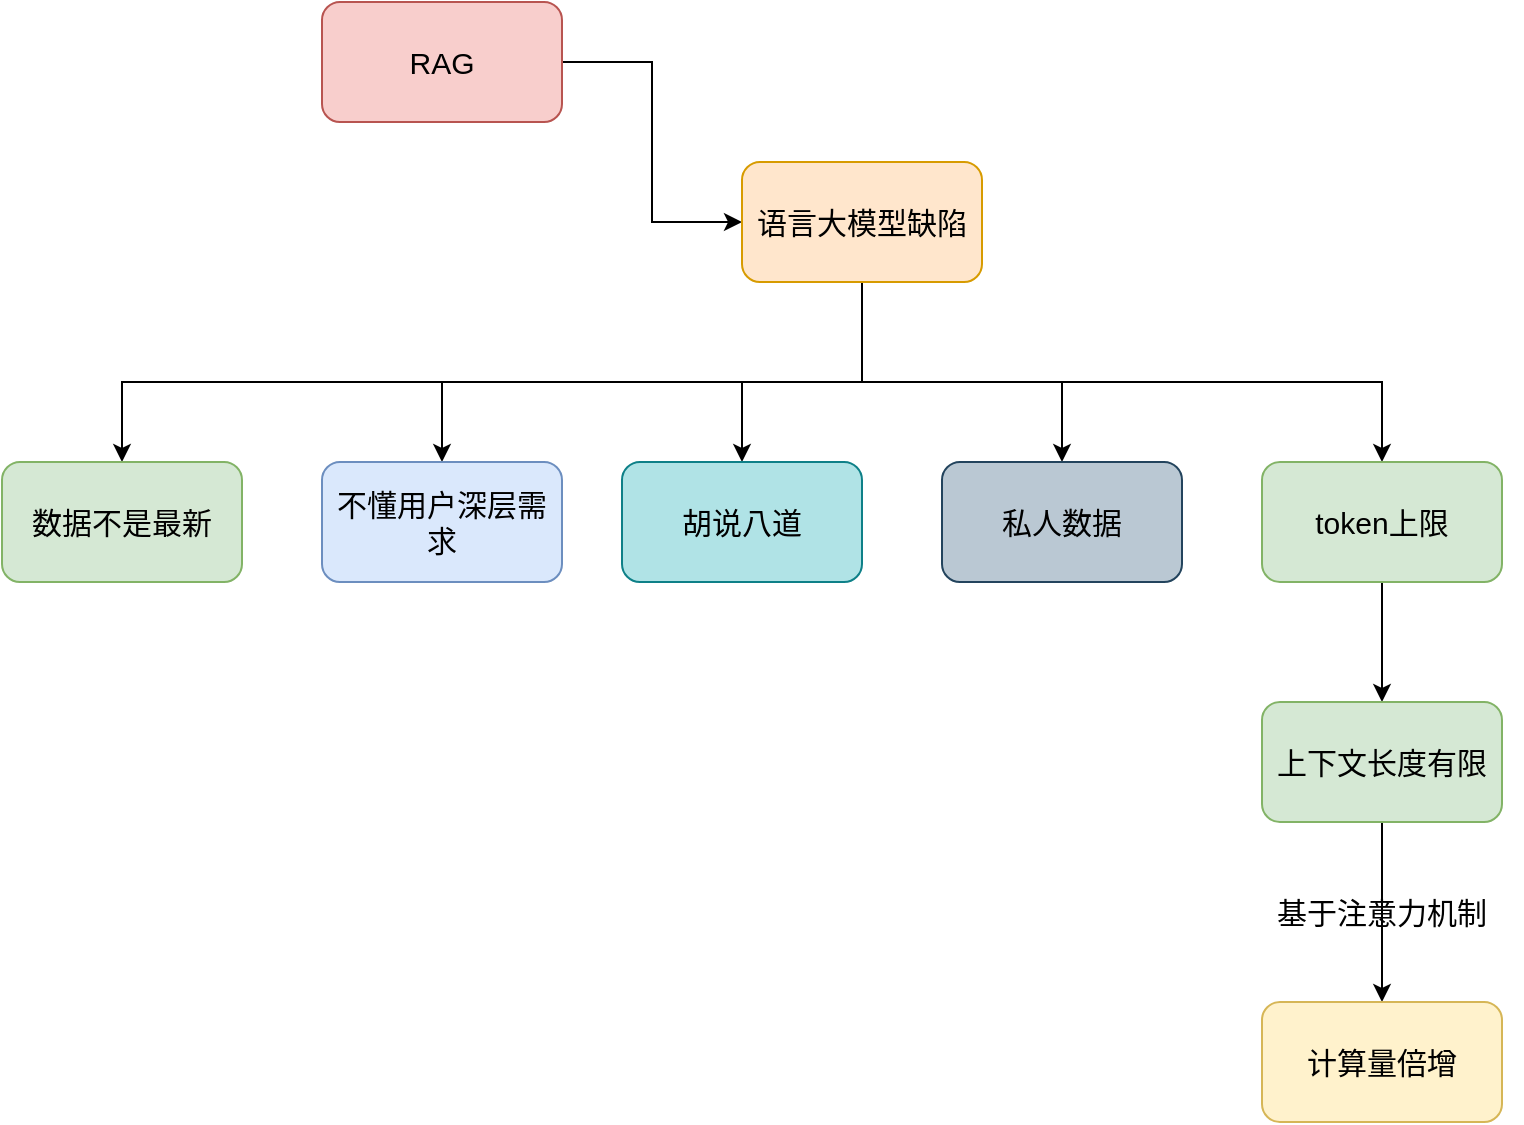
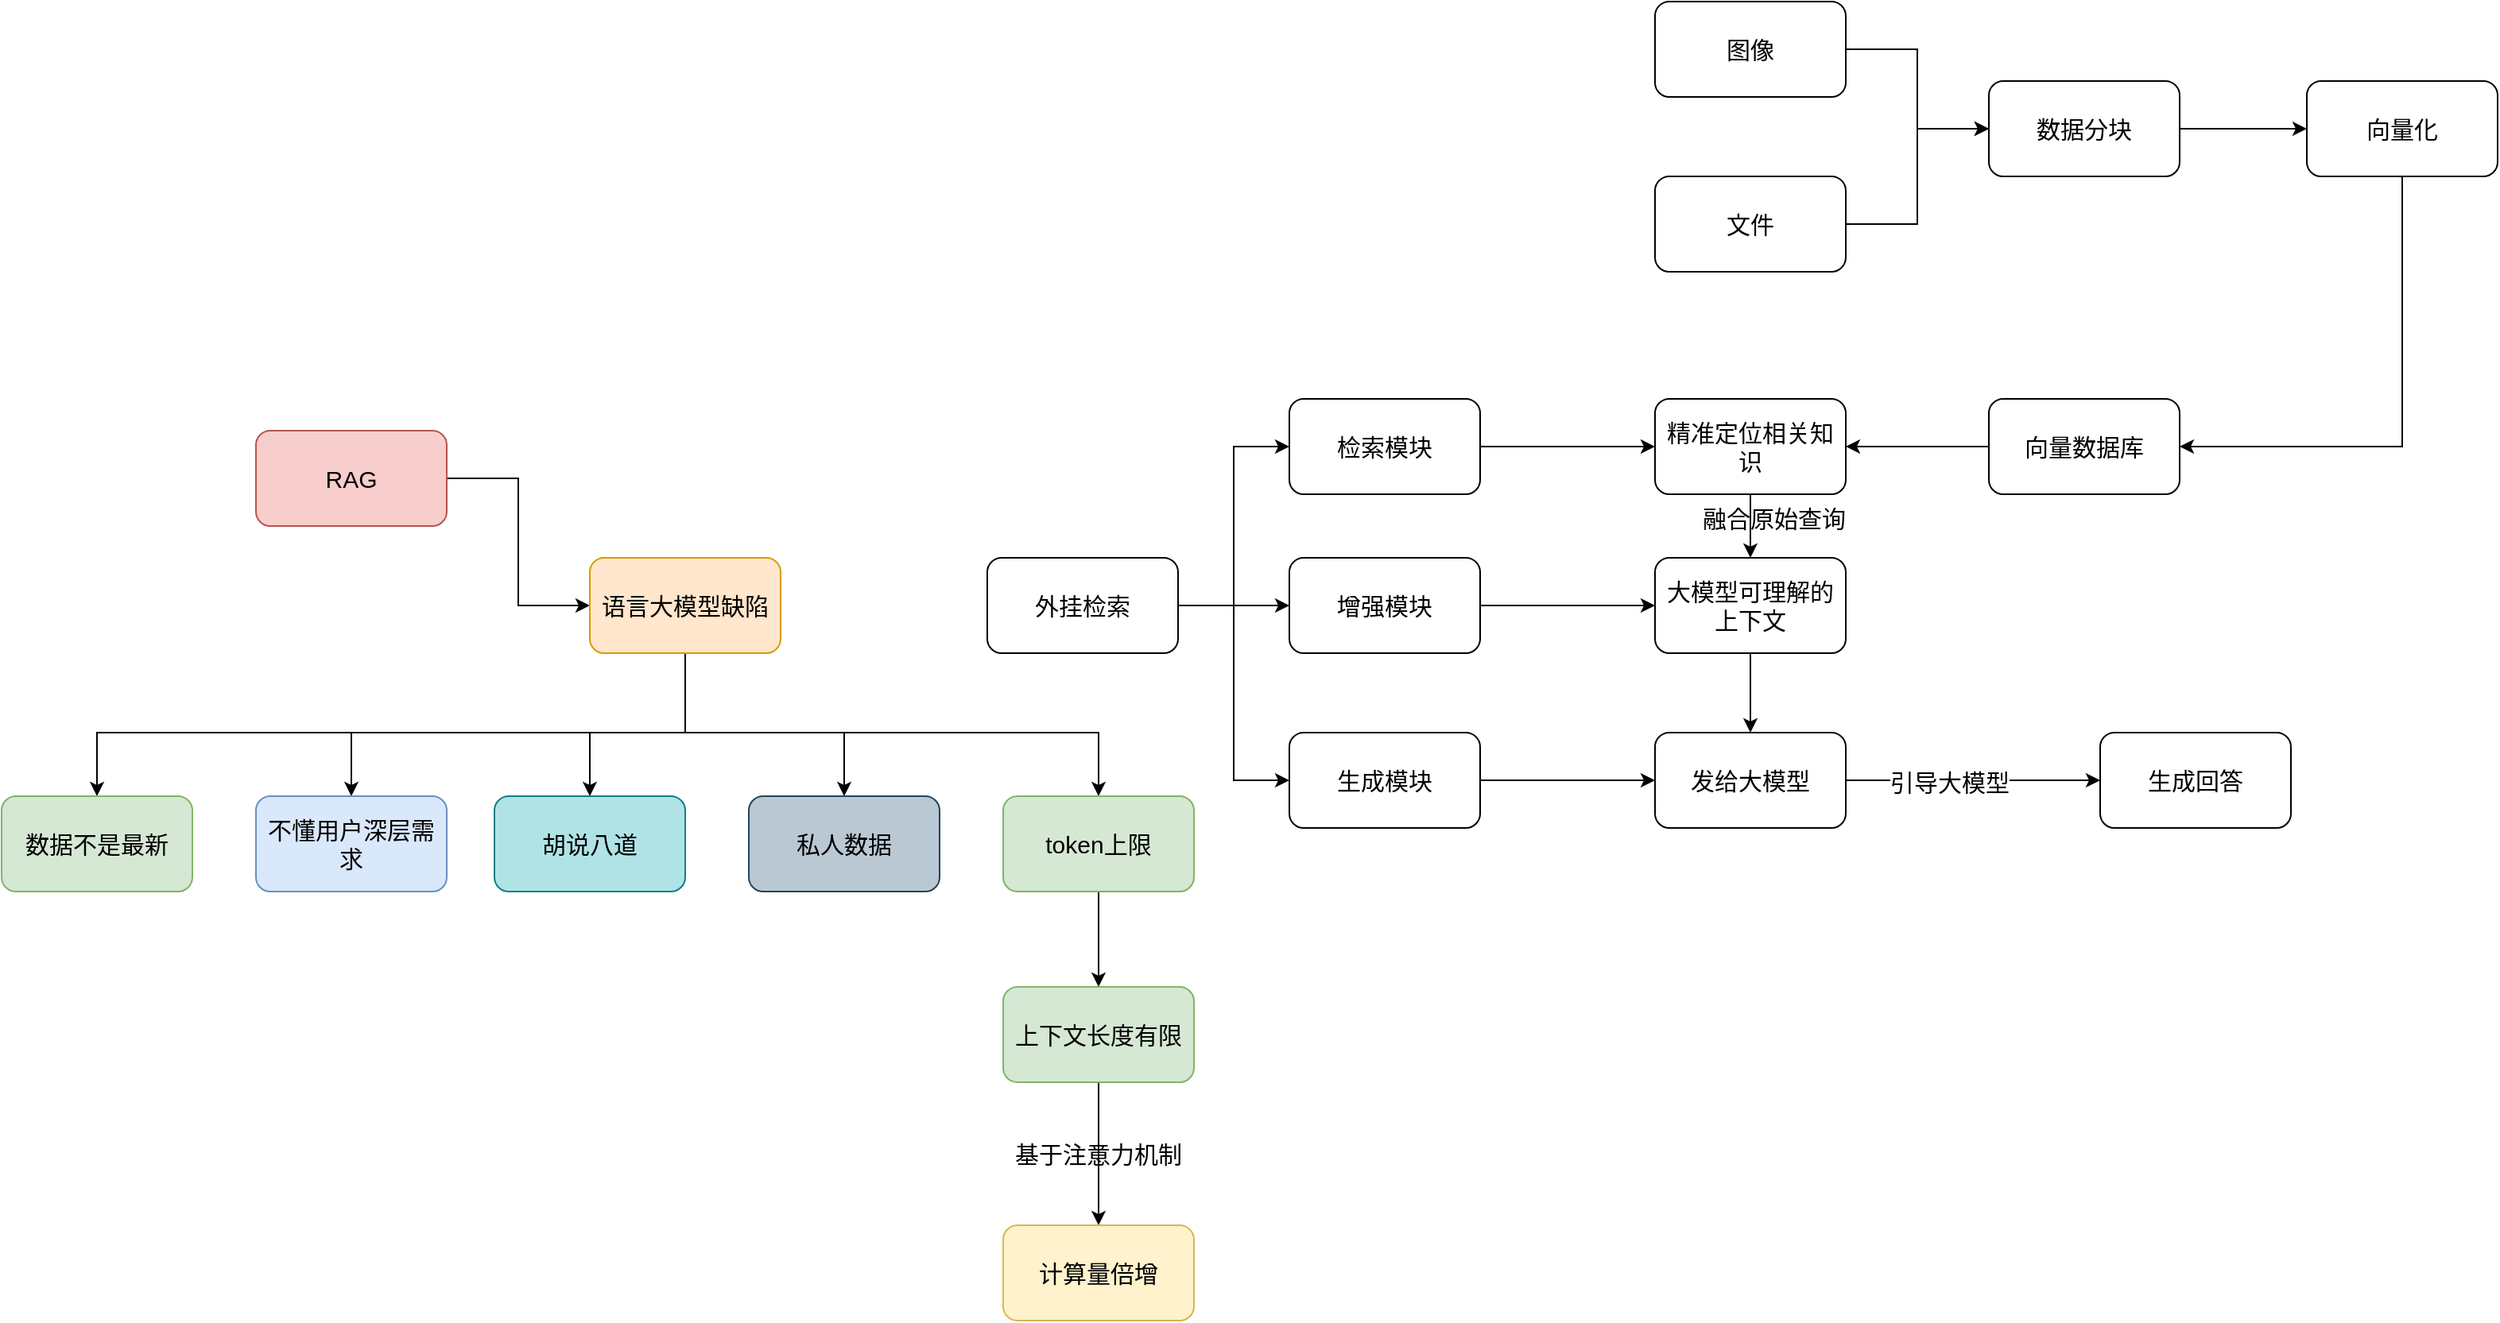
<mxfile host="app.diagrams.net">
  <diagram name="第 1 页" id="C1UXl3RI-0u5TosqB3D1">
-     <mxGraphModel dx="1030" dy="569" grid="1" gridSize="10" guides="1" tooltips="1" connect="1" arrows="1" fold="1" page="1" pageScale="1" pageWidth="827" pageHeight="1169" math="0" shadow="0">
+     <mxGraphModel dx="1030" dy="1738" grid="1" gridSize="10" guides="1" tooltips="1" connect="1" arrows="1" fold="1" page="1" pageScale="1" pageWidth="827" pageHeight="1169" math="0" shadow="0">
      <root>
        <mxCell id="0" />
        <mxCell id="1" parent="0" />
        <mxCell id="IXoJGQ1K-5Z_JoZ640mi-1" edge="1" parent="1" source="UQ7rByI2wm6I-29Dq2hl-1" style="edgeStyle=orthogonalEdgeStyle;rounded=0;orthogonalLoop=1;jettySize=auto;html=1;entryX=0;entryY=0.5;entryDx=0;entryDy=0;fontSize=15;" target="UQ7rByI2wm6I-29Dq2hl-2">
          <mxGeometry relative="1" as="geometry" />
        </mxCell>
        <mxCell id="UQ7rByI2wm6I-29Dq2hl-1" parent="1" style="rounded=1;whiteSpace=wrap;html=1;fillColor=#f8cecc;strokeColor=#b85450;fontSize=15;" value="RAG" vertex="1">
          <mxGeometry height="60" width="120" x="160" y="80" as="geometry" />
        </mxCell>
        <mxCell id="IXoJGQ1K-5Z_JoZ640mi-2" edge="1" parent="1" style="edgeStyle=orthogonalEdgeStyle;rounded=0;orthogonalLoop=1;jettySize=auto;html=1;entryX=0.5;entryY=0;entryDx=0;entryDy=0;fontSize=15;" target="UQ7rByI2wm6I-29Dq2hl-3">
          <mxGeometry relative="1" as="geometry">
            <Array as="points">
              <mxPoint x="430" y="270" />
              <mxPoint x="60" y="270" />
            </Array>
            <mxPoint x="430" y="230" as="sourcePoint" />
            <mxPoint x="60" y="290" as="targetPoint" />
          </mxGeometry>
        </mxCell>
        <mxCell id="IXoJGQ1K-5Z_JoZ640mi-3" edge="1" parent="1" source="UQ7rByI2wm6I-29Dq2hl-2" style="edgeStyle=orthogonalEdgeStyle;rounded=0;orthogonalLoop=1;jettySize=auto;html=1;fontSize=15;" target="UQ7rByI2wm6I-29Dq2hl-4">
          <mxGeometry relative="1" as="geometry">
            <Array as="points">
              <mxPoint x="430" y="270" />
              <mxPoint x="220" y="270" />
            </Array>
          </mxGeometry>
        </mxCell>
        <mxCell id="IXoJGQ1K-5Z_JoZ640mi-4" edge="1" parent="1" source="UQ7rByI2wm6I-29Dq2hl-2" style="edgeStyle=orthogonalEdgeStyle;rounded=0;orthogonalLoop=1;jettySize=auto;html=1;entryX=0.5;entryY=0;entryDx=0;entryDy=0;fontSize=15;" target="UQ7rByI2wm6I-29Dq2hl-5">
          <mxGeometry relative="1" as="geometry">
            <Array as="points">
              <mxPoint x="430" y="270" />
              <mxPoint x="370" y="270" />
            </Array>
          </mxGeometry>
        </mxCell>
        <mxCell id="IXoJGQ1K-5Z_JoZ640mi-5" edge="1" parent="1" source="UQ7rByI2wm6I-29Dq2hl-2" style="edgeStyle=orthogonalEdgeStyle;rounded=0;orthogonalLoop=1;jettySize=auto;html=1;entryX=0.5;entryY=0;entryDx=0;entryDy=0;fontSize=15;" target="UQ7rByI2wm6I-29Dq2hl-6">
          <mxGeometry relative="1" as="geometry">
            <Array as="points">
              <mxPoint x="430" y="270" />
              <mxPoint x="530" y="270" />
            </Array>
          </mxGeometry>
        </mxCell>
        <mxCell id="IXoJGQ1K-5Z_JoZ640mi-6" edge="1" parent="1" source="UQ7rByI2wm6I-29Dq2hl-2" style="edgeStyle=orthogonalEdgeStyle;rounded=0;orthogonalLoop=1;jettySize=auto;html=1;entryX=0.5;entryY=0;entryDx=0;entryDy=0;fontSize=15;" target="UQ7rByI2wm6I-29Dq2hl-7">
          <mxGeometry relative="1" as="geometry">
            <Array as="points">
              <mxPoint x="430" y="270" />
              <mxPoint x="690" y="270" />
            </Array>
          </mxGeometry>
        </mxCell>
        <mxCell id="UQ7rByI2wm6I-29Dq2hl-2" parent="1" style="rounded=1;whiteSpace=wrap;html=1;fillColor=#ffe6cc;strokeColor=#d79b00;fontSize=15;" value="语言大模型缺陷" vertex="1">
          <mxGeometry height="60" width="120" x="370" y="160" as="geometry" />
        </mxCell>
        <mxCell id="UQ7rByI2wm6I-29Dq2hl-3" parent="1" style="rounded=1;whiteSpace=wrap;html=1;fillColor=#d5e8d4;strokeColor=#82b366;fontSize=15;" value="数据不是最新" vertex="1">
          <mxGeometry height="60" width="120" y="310" as="geometry" />
        </mxCell>
        <mxCell id="UQ7rByI2wm6I-29Dq2hl-4" parent="1" style="rounded=1;whiteSpace=wrap;html=1;fillColor=#dae8fc;strokeColor=#6c8ebf;fontSize=15;" value="不懂用户深层需求" vertex="1">
          <mxGeometry height="60" width="120" x="160" y="310" as="geometry" />
        </mxCell>
        <mxCell id="UQ7rByI2wm6I-29Dq2hl-5" parent="1" style="rounded=1;whiteSpace=wrap;html=1;fillColor=#b0e3e6;strokeColor=#0e8088;fontSize=15;" value="胡说八道" vertex="1">
          <mxGeometry height="60" width="120" x="310" y="310" as="geometry" />
        </mxCell>
        <mxCell id="UQ7rByI2wm6I-29Dq2hl-6" parent="1" style="rounded=1;whiteSpace=wrap;html=1;fillColor=#bac8d3;strokeColor=#23445d;fontSize=15;" value="私人数据" vertex="1">
          <mxGeometry height="60" width="120" x="470" y="310" as="geometry" />
        </mxCell>
        <mxCell id="IXoJGQ1K-5Z_JoZ640mi-7" edge="1" parent="1" source="UQ7rByI2wm6I-29Dq2hl-7" style="edgeStyle=orthogonalEdgeStyle;rounded=0;orthogonalLoop=1;jettySize=auto;html=1;entryX=0.5;entryY=0;entryDx=0;entryDy=0;fontSize=15;" target="UQ7rByI2wm6I-29Dq2hl-8">
          <mxGeometry relative="1" as="geometry" />
        </mxCell>
        <mxCell id="UQ7rByI2wm6I-29Dq2hl-7" parent="1" style="rounded=1;whiteSpace=wrap;html=1;fillColor=#d5e8d4;strokeColor=#82b366;fontSize=15;" value="token上限" vertex="1">
          <mxGeometry height="60" width="120" x="630" y="310" as="geometry" />
        </mxCell>
        <mxCell id="IXoJGQ1K-5Z_JoZ640mi-8" edge="1" parent="1" source="UQ7rByI2wm6I-29Dq2hl-8" style="edgeStyle=orthogonalEdgeStyle;rounded=0;orthogonalLoop=1;jettySize=auto;html=1;entryX=0.5;entryY=0;entryDx=0;entryDy=0;fontSize=15;" target="UQ7rByI2wm6I-29Dq2hl-9">
          <mxGeometry relative="1" as="geometry" />
        </mxCell>
        <mxCell id="UQ7rByI2wm6I-29Dq2hl-8" parent="1" style="rounded=1;whiteSpace=wrap;html=1;fillColor=#d5e8d4;strokeColor=#82b366;fontSize=15;" value="上下文长度有限" vertex="1">
          <mxGeometry height="60" width="120" x="630" y="430" as="geometry" />
        </mxCell>
        <mxCell id="UQ7rByI2wm6I-29Dq2hl-9" parent="1" style="rounded=1;whiteSpace=wrap;html=1;fillColor=#fff2cc;strokeColor=#d6b656;fontSize=15;" value="计算量倍增" vertex="1">
          <mxGeometry height="60" width="120" x="630" y="580" as="geometry" />
        </mxCell>
        <mxCell id="IXoJGQ1K-5Z_JoZ640mi-9" parent="1" style="text;html=1;whiteSpace=wrap;strokeColor=none;fillColor=none;align=center;verticalAlign=middle;rounded=0;fontSize=15;" value="基于注意力机制" vertex="1">
          <mxGeometry height="30" width="140" x="620" y="520" as="geometry" />
        </mxCell>
+         <mxCell id="IXoJGQ1K-5Z_JoZ640mi-30" edge="1" parent="1" source="IXoJGQ1K-5Z_JoZ640mi-10" style="edgeStyle=orthogonalEdgeStyle;rounded=0;orthogonalLoop=1;jettySize=auto;html=1;entryX=0;entryY=0.5;entryDx=0;entryDy=0;fontSize=15;" target="IXoJGQ1K-5Z_JoZ640mi-11">
+           <mxGeometry relative="1" as="geometry" />
+         </mxCell>
+         <mxCell id="IXoJGQ1K-5Z_JoZ640mi-31" edge="1" parent="1" source="IXoJGQ1K-5Z_JoZ640mi-10" style="edgeStyle=orthogonalEdgeStyle;rounded=0;orthogonalLoop=1;jettySize=auto;html=1;entryX=0;entryY=0.5;entryDx=0;entryDy=0;fontSize=15;" target="IXoJGQ1K-5Z_JoZ640mi-12">
+           <mxGeometry relative="1" as="geometry" />
+         </mxCell>
+         <mxCell id="IXoJGQ1K-5Z_JoZ640mi-32" edge="1" parent="1" source="IXoJGQ1K-5Z_JoZ640mi-10" style="edgeStyle=orthogonalEdgeStyle;rounded=0;orthogonalLoop=1;jettySize=auto;html=1;entryX=0;entryY=0.5;entryDx=0;entryDy=0;fontSize=15;" target="IXoJGQ1K-5Z_JoZ640mi-13">
+           <mxGeometry relative="1" as="geometry" />
+         </mxCell>
+         <mxCell id="IXoJGQ1K-5Z_JoZ640mi-10" parent="1" style="rounded=1;whiteSpace=wrap;html=1;fontSize=15;" value="外挂检索" vertex="1">
+           <mxGeometry height="60" width="120" x="620" y="160" as="geometry" />
+         </mxCell>
+         <mxCell id="IXoJGQ1K-5Z_JoZ640mi-27" edge="1" parent="1" source="IXoJGQ1K-5Z_JoZ640mi-11" style="edgeStyle=orthogonalEdgeStyle;rounded=0;orthogonalLoop=1;jettySize=auto;html=1;entryX=0;entryY=0.5;entryDx=0;entryDy=0;fontSize=15;" target="IXoJGQ1K-5Z_JoZ640mi-14">
+           <mxGeometry relative="1" as="geometry" />
+         </mxCell>
+         <mxCell id="IXoJGQ1K-5Z_JoZ640mi-11" parent="1" style="rounded=1;whiteSpace=wrap;html=1;fontSize=15;" value="检索模块" vertex="1">
+           <mxGeometry height="60" width="120" x="810" y="60" as="geometry" />
+         </mxCell>
+         <mxCell id="IXoJGQ1K-5Z_JoZ640mi-28" edge="1" parent="1" source="IXoJGQ1K-5Z_JoZ640mi-12" style="edgeStyle=orthogonalEdgeStyle;rounded=0;orthogonalLoop=1;jettySize=auto;html=1;entryX=0;entryY=0.5;entryDx=0;entryDy=0;fontSize=15;" target="IXoJGQ1K-5Z_JoZ640mi-15">
+           <mxGeometry relative="1" as="geometry" />
+         </mxCell>
+         <mxCell id="IXoJGQ1K-5Z_JoZ640mi-12" parent="1" style="rounded=1;whiteSpace=wrap;html=1;fontSize=15;" value="增强模块" vertex="1">
+           <mxGeometry height="60" width="120" x="810" y="160" as="geometry" />
+         </mxCell>
+         <mxCell id="IXoJGQ1K-5Z_JoZ640mi-29" edge="1" parent="1" source="IXoJGQ1K-5Z_JoZ640mi-13" style="edgeStyle=orthogonalEdgeStyle;rounded=0;orthogonalLoop=1;jettySize=auto;html=1;entryX=0;entryY=0.5;entryDx=0;entryDy=0;fontSize=15;" target="IXoJGQ1K-5Z_JoZ640mi-16">
+           <mxGeometry relative="1" as="geometry" />
+         </mxCell>
+         <mxCell id="IXoJGQ1K-5Z_JoZ640mi-13" parent="1" style="rounded=1;whiteSpace=wrap;html=1;fontSize=15;" value="生成模块" vertex="1">
+           <mxGeometry height="60" width="120" x="810" y="270" as="geometry" />
+         </mxCell>
+         <mxCell id="IXoJGQ1K-5Z_JoZ640mi-34" edge="1" parent="1" source="IXoJGQ1K-5Z_JoZ640mi-14" style="edgeStyle=orthogonalEdgeStyle;rounded=0;orthogonalLoop=1;jettySize=auto;html=1;entryX=0.5;entryY=0;entryDx=0;entryDy=0;fontSize=15;" target="IXoJGQ1K-5Z_JoZ640mi-15">
+           <mxGeometry relative="1" as="geometry" />
+         </mxCell>
+         <mxCell id="IXoJGQ1K-5Z_JoZ640mi-14" parent="1" style="rounded=1;whiteSpace=wrap;html=1;fontSize=15;" value="精准定位相关知识" vertex="1">
+           <mxGeometry height="60" width="120" x="1040" y="60" as="geometry" />
+         </mxCell>
+         <mxCell id="IXoJGQ1K-5Z_JoZ640mi-35" edge="1" parent="1" source="IXoJGQ1K-5Z_JoZ640mi-15" style="edgeStyle=orthogonalEdgeStyle;rounded=0;orthogonalLoop=1;jettySize=auto;html=1;entryX=0.5;entryY=0;entryDx=0;entryDy=0;fontSize=15;" target="IXoJGQ1K-5Z_JoZ640mi-16">
+           <mxGeometry relative="1" as="geometry" />
+         </mxCell>
+         <mxCell id="IXoJGQ1K-5Z_JoZ640mi-15" parent="1" style="rounded=1;whiteSpace=wrap;html=1;fontSize=15;" value="大模型可理解的上下文" vertex="1">
+           <mxGeometry height="60" width="120" x="1040" y="160" as="geometry" />
+         </mxCell>
+         <mxCell id="IXoJGQ1K-5Z_JoZ640mi-36" edge="1" parent="1" source="IXoJGQ1K-5Z_JoZ640mi-16" style="edgeStyle=orthogonalEdgeStyle;rounded=0;orthogonalLoop=1;jettySize=auto;html=1;entryX=0;entryY=0.5;entryDx=0;entryDy=0;fontSize=15;" target="IXoJGQ1K-5Z_JoZ640mi-33">
+           <mxGeometry relative="1" as="geometry" />
+         </mxCell>
+         <mxCell id="IXoJGQ1K-5Z_JoZ640mi-37" connectable="0" parent="IXoJGQ1K-5Z_JoZ640mi-36" style="edgeLabel;html=1;align=center;verticalAlign=middle;resizable=0;points=[];fontSize=15;" value="引导大模型" vertex="1">
+           <mxGeometry relative="1" x="-0.1925" y="-1" as="geometry">
+             <mxPoint as="offset" />
+           </mxGeometry>
+         </mxCell>
+         <mxCell id="IXoJGQ1K-5Z_JoZ640mi-16" parent="1" style="rounded=1;whiteSpace=wrap;html=1;fontSize=15;" value="发给大模型" vertex="1">
+           <mxGeometry height="60" width="120" x="1040" y="270" as="geometry" />
+         </mxCell>
+         <mxCell id="IXoJGQ1K-5Z_JoZ640mi-26" edge="1" parent="1" source="IXoJGQ1K-5Z_JoZ640mi-17" style="edgeStyle=orthogonalEdgeStyle;rounded=0;orthogonalLoop=1;jettySize=auto;html=1;entryX=1;entryY=0.5;entryDx=0;entryDy=0;fontSize=15;" target="IXoJGQ1K-5Z_JoZ640mi-14">
+           <mxGeometry relative="1" as="geometry" />
+         </mxCell>
+         <mxCell id="IXoJGQ1K-5Z_JoZ640mi-17" parent="1" style="rounded=1;whiteSpace=wrap;html=1;fontSize=15;" value="向量数据库" vertex="1">
+           <mxGeometry height="60" width="120" x="1250" y="60" as="geometry" />
+         </mxCell>
+         <mxCell id="IXoJGQ1K-5Z_JoZ640mi-22" edge="1" parent="1" source="IXoJGQ1K-5Z_JoZ640mi-18" style="edgeStyle=orthogonalEdgeStyle;rounded=0;orthogonalLoop=1;jettySize=auto;html=1;entryX=0;entryY=0.5;entryDx=0;entryDy=0;fontSize=15;" target="IXoJGQ1K-5Z_JoZ640mi-20">
+           <mxGeometry relative="1" as="geometry" />
+         </mxCell>
+         <mxCell id="IXoJGQ1K-5Z_JoZ640mi-18" parent="1" style="rounded=1;whiteSpace=wrap;html=1;fontSize=15;" value="图像" vertex="1">
+           <mxGeometry height="60" width="120" x="1040" y="-190" as="geometry" />
+         </mxCell>
+         <mxCell id="IXoJGQ1K-5Z_JoZ640mi-23" edge="1" parent="1" source="IXoJGQ1K-5Z_JoZ640mi-19" style="edgeStyle=orthogonalEdgeStyle;rounded=0;orthogonalLoop=1;jettySize=auto;html=1;entryX=0;entryY=0.5;entryDx=0;entryDy=0;fontSize=15;" target="IXoJGQ1K-5Z_JoZ640mi-20">
+           <mxGeometry relative="1" as="geometry" />
+         </mxCell>
+         <mxCell id="IXoJGQ1K-5Z_JoZ640mi-19" parent="1" style="rounded=1;whiteSpace=wrap;html=1;fontSize=15;" value="文件" vertex="1">
+           <mxGeometry height="60" width="120" x="1040" y="-80" as="geometry" />
+         </mxCell>
+         <mxCell id="IXoJGQ1K-5Z_JoZ640mi-24" edge="1" parent="1" source="IXoJGQ1K-5Z_JoZ640mi-20" style="edgeStyle=orthogonalEdgeStyle;rounded=0;orthogonalLoop=1;jettySize=auto;html=1;entryX=0;entryY=0.5;entryDx=0;entryDy=0;fontSize=15;" target="IXoJGQ1K-5Z_JoZ640mi-21">
+           <mxGeometry relative="1" as="geometry" />
+         </mxCell>
+         <mxCell id="IXoJGQ1K-5Z_JoZ640mi-20" parent="1" style="rounded=1;whiteSpace=wrap;html=1;fontSize=15;" value="数据分块" vertex="1">
+           <mxGeometry height="60" width="120" x="1250" y="-140" as="geometry" />
+         </mxCell>
+         <mxCell id="IXoJGQ1K-5Z_JoZ640mi-25" edge="1" parent="1" source="IXoJGQ1K-5Z_JoZ640mi-21" style="edgeStyle=orthogonalEdgeStyle;rounded=0;orthogonalLoop=1;jettySize=auto;html=1;entryX=1;entryY=0.5;entryDx=0;entryDy=0;fontSize=15;" target="IXoJGQ1K-5Z_JoZ640mi-17">
+           <mxGeometry relative="1" as="geometry">
+             <Array as="points">
+               <mxPoint x="1510" y="90" />
+             </Array>
+           </mxGeometry>
+         </mxCell>
+         <mxCell id="IXoJGQ1K-5Z_JoZ640mi-21" parent="1" style="rounded=1;whiteSpace=wrap;html=1;fontSize=15;" value="向量化" vertex="1">
+           <mxGeometry height="60" width="120" x="1450" y="-140" as="geometry" />
+         </mxCell>
+         <mxCell id="IXoJGQ1K-5Z_JoZ640mi-33" parent="1" style="rounded=1;whiteSpace=wrap;html=1;fontSize=15;" value="生成回答" vertex="1">
+           <mxGeometry height="60" width="120" x="1320" y="270" as="geometry" />
+         </mxCell>
+         <mxCell id="IXoJGQ1K-5Z_JoZ640mi-38" parent="1" style="text;html=1;whiteSpace=wrap;strokeColor=none;fillColor=none;align=center;verticalAlign=middle;rounded=0;fontSize=15;" value="融合原始查询" vertex="1">
+           <mxGeometry height="30" width="150" x="1040" y="120" as="geometry" />
+         </mxCell>
      </root>
    </mxGraphModel>
  </diagram>
</mxfile>
